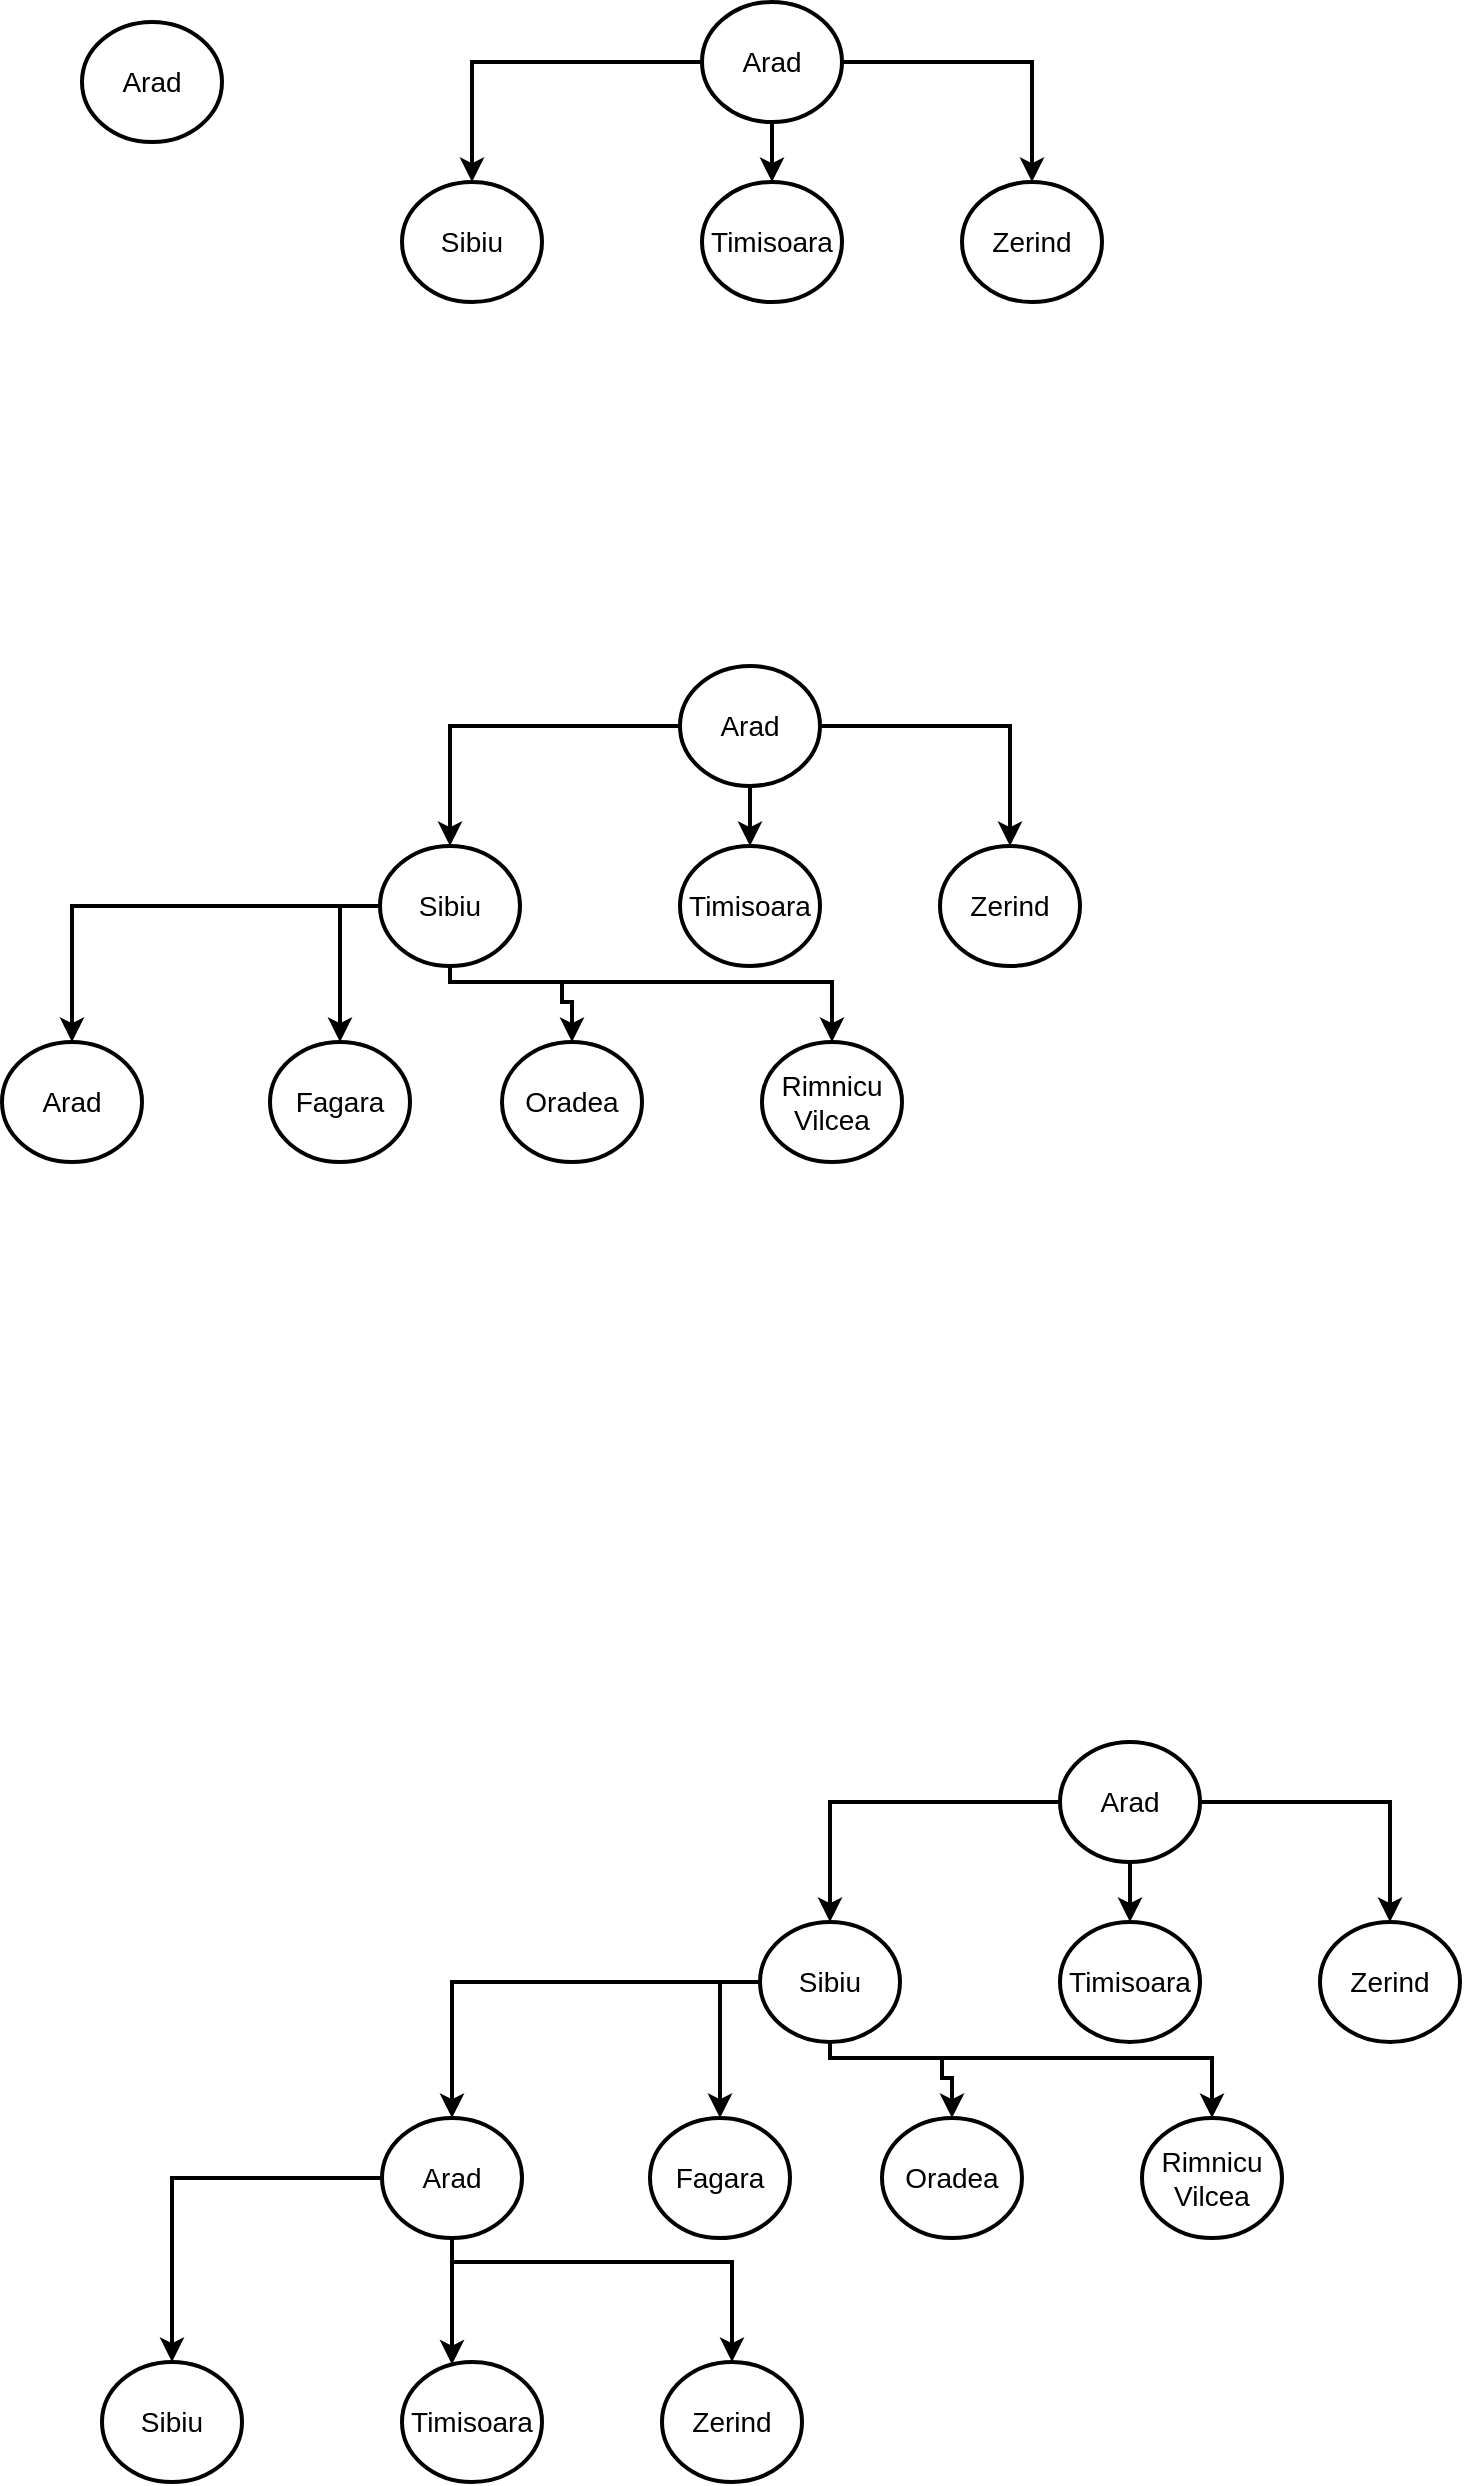
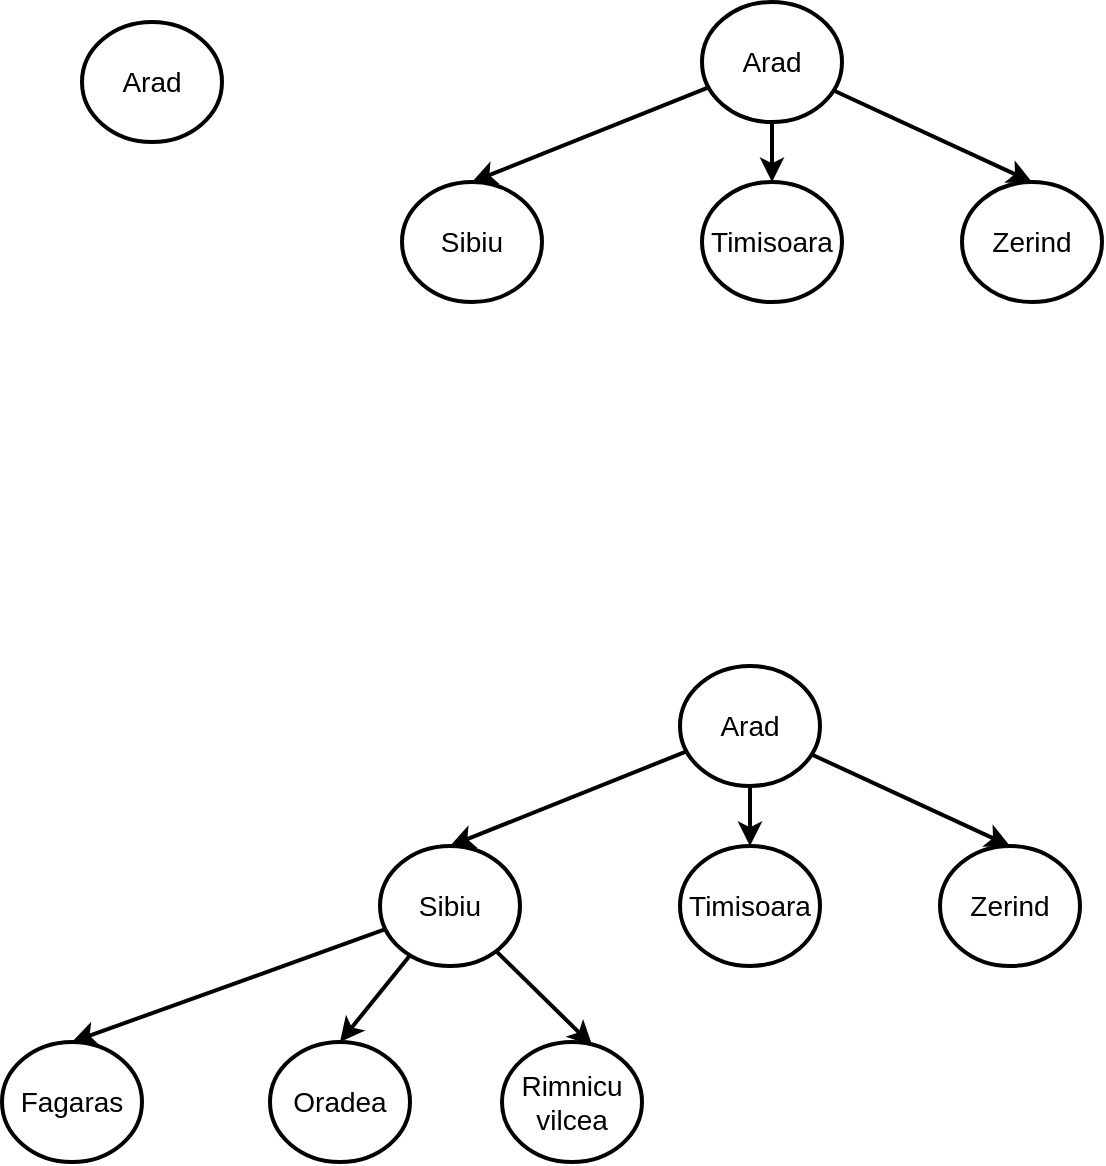
<mxfile host="app.diagrams.net">
  <diagram name="Page-1" id="BSzVWueWxRZ0f2yqvMc-">
-     <mxGraphModel dx="656" dy="351" grid="1" gridSize="10" guides="1" tooltips="1" connect="1" arrows="1" fold="1" page="1" pageScale="1" pageWidth="850" pageHeight="1100" math="0" shadow="0">
+     <mxGraphModel dx="772" dy="413" grid="1" gridSize="10" guides="1" tooltips="1" connect="1" arrows="1" fold="1" page="1" pageScale="1" pageWidth="850" pageHeight="1100" math="0" shadow="0">
      <root>
        <mxCell id="0" />
        <mxCell id="1" parent="0" />
        <mxCell id="DJkdPokyCSNuBn839fvl-1" parent="1" style="ellipse;whiteSpace=wrap;html=1;strokeWidth=2;fontSize=14;" value="Arad" vertex="1">
          <mxGeometry height="60" width="70" x="80" y="40" as="geometry" />
        </mxCell>
-         <mxCell id="DJkdPokyCSNuBn839fvl-6" edge="1" parent="1" source="DJkdPokyCSNuBn839fvl-2" style="edgeStyle=orthogonalEdgeStyle;rounded=0;orthogonalLoop=1;jettySize=auto;html=1;entryX=0.5;entryY=0;entryDx=0;entryDy=0;strokeWidth=2;" target="DJkdPokyCSNuBn839fvl-3">
+         <mxCell id="DJkdPokyCSNuBn839fvl-6" edge="1" parent="1" source="DJkdPokyCSNuBn839fvl-2" style="rounded=0;orthogonalLoop=1;jettySize=auto;html=1;entryX=0.5;entryY=0;entryDx=0;entryDy=0;strokeWidth=2;" target="DJkdPokyCSNuBn839fvl-3">
          <mxGeometry relative="1" as="geometry" />
        </mxCell>
        <mxCell id="DJkdPokyCSNuBn839fvl-7" edge="1" parent="1" source="DJkdPokyCSNuBn839fvl-2" style="edgeStyle=orthogonalEdgeStyle;rounded=0;orthogonalLoop=1;jettySize=auto;html=1;strokeWidth=2;" target="DJkdPokyCSNuBn839fvl-4" value="">
          <mxGeometry relative="1" as="geometry" />
        </mxCell>
-         <mxCell id="DJkdPokyCSNuBn839fvl-8" edge="1" parent="1" source="DJkdPokyCSNuBn839fvl-2" style="edgeStyle=orthogonalEdgeStyle;rounded=0;orthogonalLoop=1;jettySize=auto;html=1;entryX=0.5;entryY=0;entryDx=0;entryDy=0;strokeWidth=2;" target="DJkdPokyCSNuBn839fvl-5">
+         <mxCell id="DJkdPokyCSNuBn839fvl-8" edge="1" parent="1" source="DJkdPokyCSNuBn839fvl-2" style="rounded=0;orthogonalLoop=1;jettySize=auto;html=1;entryX=0.5;entryY=0;entryDx=0;entryDy=0;strokeWidth=2;" target="DJkdPokyCSNuBn839fvl-5">
          <mxGeometry relative="1" as="geometry" />
        </mxCell>
        <mxCell id="DJkdPokyCSNuBn839fvl-2" parent="1" style="ellipse;whiteSpace=wrap;html=1;strokeWidth=2;fontSize=14;" value="Arad" vertex="1">
          <mxGeometry height="60" width="70" x="390" y="30" as="geometry" />
        </mxCell>
        <mxCell id="DJkdPokyCSNuBn839fvl-3" parent="1" style="ellipse;whiteSpace=wrap;html=1;strokeWidth=2;fontSize=14;" value="Sibiu" vertex="1">
          <mxGeometry height="60" width="70" x="240" y="120" as="geometry" />
        </mxCell>
        <mxCell id="DJkdPokyCSNuBn839fvl-4" parent="1" style="ellipse;whiteSpace=wrap;html=1;strokeWidth=2;fontSize=14;" value="Timisoara" vertex="1">
          <mxGeometry height="60" width="70" x="390" y="120" as="geometry" />
        </mxCell>
        <mxCell id="DJkdPokyCSNuBn839fvl-5" parent="1" style="ellipse;whiteSpace=wrap;html=1;strokeWidth=2;fontSize=14;" value="Zerind" vertex="1">
          <mxGeometry height="60" width="70" x="520" y="120" as="geometry" />
        </mxCell>
-         <mxCell id="DJkdPokyCSNuBn839fvl-9" edge="1" parent="1" source="DJkdPokyCSNuBn839fvl-12" style="edgeStyle=orthogonalEdgeStyle;rounded=0;orthogonalLoop=1;jettySize=auto;html=1;entryX=0.5;entryY=0;entryDx=0;entryDy=0;strokeWidth=2;" target="DJkdPokyCSNuBn839fvl-13">
+         <mxCell id="DJkdPokyCSNuBn839fvl-9" edge="1" parent="1" source="DJkdPokyCSNuBn839fvl-12" style="rounded=0;orthogonalLoop=1;jettySize=auto;html=1;entryX=0.5;entryY=0;entryDx=0;entryDy=0;strokeWidth=2;" target="DJkdPokyCSNuBn839fvl-13">
          <mxGeometry relative="1" as="geometry" />
        </mxCell>
        <mxCell id="DJkdPokyCSNuBn839fvl-10" edge="1" parent="1" source="DJkdPokyCSNuBn839fvl-12" style="edgeStyle=orthogonalEdgeStyle;rounded=0;orthogonalLoop=1;jettySize=auto;html=1;strokeWidth=2;" target="DJkdPokyCSNuBn839fvl-14" value="">
          <mxGeometry relative="1" as="geometry" />
        </mxCell>
-         <mxCell id="DJkdPokyCSNuBn839fvl-11" edge="1" parent="1" source="DJkdPokyCSNuBn839fvl-12" style="edgeStyle=orthogonalEdgeStyle;rounded=0;orthogonalLoop=1;jettySize=auto;html=1;entryX=0.5;entryY=0;entryDx=0;entryDy=0;strokeWidth=2;" target="DJkdPokyCSNuBn839fvl-15">
+         <mxCell id="DJkdPokyCSNuBn839fvl-11" edge="1" parent="1" source="DJkdPokyCSNuBn839fvl-12" style="rounded=0;orthogonalLoop=1;jettySize=auto;html=1;entryX=0.5;entryY=0;entryDx=0;entryDy=0;strokeWidth=2;" target="DJkdPokyCSNuBn839fvl-15">
          <mxGeometry relative="1" as="geometry" />
        </mxCell>
        <mxCell id="DJkdPokyCSNuBn839fvl-12" parent="1" style="ellipse;whiteSpace=wrap;html=1;strokeWidth=2;fontSize=14;" value="Arad" vertex="1">
          <mxGeometry height="60" width="70" x="379" y="362" as="geometry" />
        </mxCell>
-         <mxCell id="DJkdPokyCSNuBn839fvl-20" edge="1" parent="1" source="DJkdPokyCSNuBn839fvl-13" style="edgeStyle=orthogonalEdgeStyle;rounded=0;orthogonalLoop=1;jettySize=auto;html=1;entryX=0.5;entryY=0;entryDx=0;entryDy=0;strokeWidth=2;" target="DJkdPokyCSNuBn839fvl-16">
+         <mxCell id="DJkdPokyCSNuBn839fvl-20" edge="1" parent="1" source="DJkdPokyCSNuBn839fvl-13" style="rounded=0;orthogonalLoop=1;jettySize=auto;html=1;entryX=0.5;entryY=0;entryDx=0;entryDy=0;strokeWidth=2;" target="DJkdPokyCSNuBn839fvl-16">
          <mxGeometry relative="1" as="geometry" />
        </mxCell>
-         <mxCell id="DJkdPokyCSNuBn839fvl-22" edge="1" parent="1" source="DJkdPokyCSNuBn839fvl-13" style="edgeStyle=orthogonalEdgeStyle;rounded=0;orthogonalLoop=1;jettySize=auto;html=1;entryX=0.5;entryY=0;entryDx=0;entryDy=0;strokeWidth=2;" target="DJkdPokyCSNuBn839fvl-17">
-           <mxGeometry relative="1" as="geometry">
-             <Array as="points">
-               <mxPoint x="209" y="482" />
-             </Array>
-           </mxGeometry>
-         </mxCell>
-         <mxCell id="DJkdPokyCSNuBn839fvl-25" edge="1" parent="1" source="DJkdPokyCSNuBn839fvl-13" style="edgeStyle=orthogonalEdgeStyle;rounded=0;orthogonalLoop=1;jettySize=auto;html=1;entryX=0.5;entryY=0;entryDx=0;entryDy=0;strokeWidth=2;" target="DJkdPokyCSNuBn839fvl-19">
-           <mxGeometry relative="1" as="geometry">
-             <Array as="points">
-               <mxPoint x="264" y="520" />
-               <mxPoint x="455" y="520" />
-             </Array>
-           </mxGeometry>
-         </mxCell>
-         <mxCell id="DJkdPokyCSNuBn839fvl-26" edge="1" parent="1" source="DJkdPokyCSNuBn839fvl-13" style="edgeStyle=orthogonalEdgeStyle;rounded=0;orthogonalLoop=1;jettySize=auto;html=1;entryX=0.5;entryY=0;entryDx=0;entryDy=0;strokeWidth=2;" target="DJkdPokyCSNuBn839fvl-18">
-           <mxGeometry relative="1" as="geometry">
-             <Array as="points">
-               <mxPoint x="264" y="520" />
-               <mxPoint x="320" y="520" />
-               <mxPoint x="320" y="530" />
-               <mxPoint x="325" y="530" />
-             </Array>
-           </mxGeometry>
+         <mxCell id="DJkdPokyCSNuBn839fvl-22" edge="1" parent="1" source="DJkdPokyCSNuBn839fvl-13" style="rounded=0;orthogonalLoop=1;jettySize=auto;html=1;entryX=0.5;entryY=0;entryDx=0;entryDy=0;strokeWidth=2;" target="DJkdPokyCSNuBn839fvl-17">
+           <mxGeometry relative="1" as="geometry" />
        </mxCell>
        <mxCell id="DJkdPokyCSNuBn839fvl-13" parent="1" style="ellipse;whiteSpace=wrap;html=1;strokeWidth=2;fontSize=14;" value="Sibiu" vertex="1">
          <mxGeometry height="60" width="70" x="229" y="452" as="geometry" />
        </mxCell>
        <mxCell id="DJkdPokyCSNuBn839fvl-14" parent="1" style="ellipse;whiteSpace=wrap;html=1;strokeWidth=2;fontSize=14;" value="Timisoara" vertex="1">
          <mxGeometry height="60" width="70" x="379" y="452" as="geometry" />
        </mxCell>
        <mxCell id="DJkdPokyCSNuBn839fvl-15" parent="1" style="ellipse;whiteSpace=wrap;html=1;strokeWidth=2;fontSize=14;" value="Zerind" vertex="1">
          <mxGeometry height="60" width="70" x="509" y="452" as="geometry" />
        </mxCell>
-         <mxCell id="DJkdPokyCSNuBn839fvl-16" parent="1" style="ellipse;whiteSpace=wrap;html=1;strokeWidth=2;fontSize=14;" value="Arad" vertex="1">
+         <mxCell id="DJkdPokyCSNuBn839fvl-16" parent="1" style="ellipse;whiteSpace=wrap;html=1;strokeWidth=2;fontSize=14;" value="Fagaras" vertex="1">
          <mxGeometry height="60" width="70" x="40" y="550" as="geometry" />
        </mxCell>
-         <mxCell id="DJkdPokyCSNuBn839fvl-17" parent="1" style="ellipse;whiteSpace=wrap;html=1;strokeWidth=2;fontSize=14;" value="Fagara" vertex="1">
+         <mxCell id="DJkdPokyCSNuBn839fvl-17" parent="1" style="ellipse;whiteSpace=wrap;html=1;strokeWidth=2;fontSize=14;" value="Oradea" vertex="1">
          <mxGeometry height="60" width="70" x="174" y="550" as="geometry" />
        </mxCell>
-         <mxCell id="DJkdPokyCSNuBn839fvl-18" parent="1" style="ellipse;whiteSpace=wrap;html=1;strokeWidth=2;fontSize=14;" value="Oradea" vertex="1">
+         <mxCell id="DJkdPokyCSNuBn839fvl-18" parent="1" style="ellipse;whiteSpace=wrap;html=1;strokeWidth=2;fontSize=14;" value="Rimnicu vilcea" vertex="1">
          <mxGeometry height="60" width="70" x="290" y="550" as="geometry" />
        </mxCell>
-         <mxCell id="DJkdPokyCSNuBn839fvl-19" parent="1" style="ellipse;whiteSpace=wrap;html=1;strokeWidth=2;fontSize=14;" value="Rimnicu Vilcea" vertex="1">
-           <mxGeometry height="60" width="70" x="420" y="550" as="geometry" />
-         </mxCell>
-         <mxCell id="DJkdPokyCSNuBn839fvl-27" edge="1" parent="1" source="DJkdPokyCSNuBn839fvl-30" style="edgeStyle=orthogonalEdgeStyle;rounded=0;orthogonalLoop=1;jettySize=auto;html=1;entryX=0.5;entryY=0;entryDx=0;entryDy=0;strokeWidth=2;" target="DJkdPokyCSNuBn839fvl-35">
+         <mxCell id="Ml4Ql19CaX9xTliP9EH--1" edge="1" parent="1" source="DJkdPokyCSNuBn839fvl-13" style="rounded=0;orthogonalLoop=1;jettySize=auto;html=1;entryX=0.644;entryY=0.028;entryDx=0;entryDy=0;entryPerimeter=0;strokeWidth=2;" target="DJkdPokyCSNuBn839fvl-18">
          <mxGeometry relative="1" as="geometry" />
-         </mxCell>
-         <mxCell id="DJkdPokyCSNuBn839fvl-28" edge="1" parent="1" source="DJkdPokyCSNuBn839fvl-30" style="edgeStyle=orthogonalEdgeStyle;rounded=0;orthogonalLoop=1;jettySize=auto;html=1;strokeWidth=2;" target="DJkdPokyCSNuBn839fvl-36" value="">
-           <mxGeometry relative="1" as="geometry" />
-         </mxCell>
-         <mxCell id="DJkdPokyCSNuBn839fvl-29" edge="1" parent="1" source="DJkdPokyCSNuBn839fvl-30" style="edgeStyle=orthogonalEdgeStyle;rounded=0;orthogonalLoop=1;jettySize=auto;html=1;entryX=0.5;entryY=0;entryDx=0;entryDy=0;strokeWidth=2;" target="DJkdPokyCSNuBn839fvl-37">
-           <mxGeometry relative="1" as="geometry" />
-         </mxCell>
-         <mxCell id="DJkdPokyCSNuBn839fvl-30" parent="1" style="ellipse;whiteSpace=wrap;html=1;strokeWidth=2;fontSize=14;" value="Arad" vertex="1">
-           <mxGeometry height="60" width="70" x="569" y="900" as="geometry" />
-         </mxCell>
-         <mxCell id="DJkdPokyCSNuBn839fvl-31" edge="1" parent="1" source="DJkdPokyCSNuBn839fvl-35" style="edgeStyle=orthogonalEdgeStyle;rounded=0;orthogonalLoop=1;jettySize=auto;html=1;entryX=0.5;entryY=0;entryDx=0;entryDy=0;strokeWidth=2;" target="DJkdPokyCSNuBn839fvl-38">
-           <mxGeometry relative="1" as="geometry" />
-         </mxCell>
-         <mxCell id="DJkdPokyCSNuBn839fvl-32" edge="1" parent="1" source="DJkdPokyCSNuBn839fvl-35" style="edgeStyle=orthogonalEdgeStyle;rounded=0;orthogonalLoop=1;jettySize=auto;html=1;entryX=0.5;entryY=0;entryDx=0;entryDy=0;strokeWidth=2;" target="DJkdPokyCSNuBn839fvl-39">
-           <mxGeometry relative="1" as="geometry">
-             <Array as="points">
-               <mxPoint x="399" y="1020" />
-             </Array>
-           </mxGeometry>
-         </mxCell>
-         <mxCell id="DJkdPokyCSNuBn839fvl-33" edge="1" parent="1" source="DJkdPokyCSNuBn839fvl-35" style="edgeStyle=orthogonalEdgeStyle;rounded=0;orthogonalLoop=1;jettySize=auto;html=1;entryX=0.5;entryY=0;entryDx=0;entryDy=0;strokeWidth=2;" target="DJkdPokyCSNuBn839fvl-41">
-           <mxGeometry relative="1" as="geometry">
-             <Array as="points">
-               <mxPoint x="454" y="1058" />
-               <mxPoint x="645" y="1058" />
-             </Array>
-           </mxGeometry>
-         </mxCell>
-         <mxCell id="DJkdPokyCSNuBn839fvl-34" edge="1" parent="1" source="DJkdPokyCSNuBn839fvl-35" style="edgeStyle=orthogonalEdgeStyle;rounded=0;orthogonalLoop=1;jettySize=auto;html=1;entryX=0.5;entryY=0;entryDx=0;entryDy=0;strokeWidth=2;" target="DJkdPokyCSNuBn839fvl-40">
-           <mxGeometry relative="1" as="geometry">
-             <Array as="points">
-               <mxPoint x="454" y="1058" />
-               <mxPoint x="510" y="1058" />
-               <mxPoint x="510" y="1068" />
-               <mxPoint x="515" y="1068" />
-             </Array>
-           </mxGeometry>
-         </mxCell>
-         <mxCell id="DJkdPokyCSNuBn839fvl-35" parent="1" style="ellipse;whiteSpace=wrap;html=1;strokeWidth=2;fontSize=14;" value="Sibiu" vertex="1">
-           <mxGeometry height="60" width="70" x="419" y="990" as="geometry" />
-         </mxCell>
-         <mxCell id="DJkdPokyCSNuBn839fvl-36" parent="1" style="ellipse;whiteSpace=wrap;html=1;strokeWidth=2;fontSize=14;" value="Timisoara" vertex="1">
-           <mxGeometry height="60" width="70" x="569" y="990" as="geometry" />
-         </mxCell>
-         <mxCell id="DJkdPokyCSNuBn839fvl-37" parent="1" style="ellipse;whiteSpace=wrap;html=1;strokeWidth=2;fontSize=14;" value="Zerind" vertex="1">
-           <mxGeometry height="60" width="70" x="699" y="990" as="geometry" />
-         </mxCell>
-         <mxCell id="DJkdPokyCSNuBn839fvl-45" edge="1" parent="1" source="DJkdPokyCSNuBn839fvl-38" style="edgeStyle=orthogonalEdgeStyle;rounded=0;orthogonalLoop=1;jettySize=auto;html=1;entryX=0.5;entryY=0;entryDx=0;entryDy=0;strokeWidth=2;" target="DJkdPokyCSNuBn839fvl-42">
-           <mxGeometry relative="1" as="geometry" />
-         </mxCell>
-         <mxCell id="DJkdPokyCSNuBn839fvl-46" edge="1" parent="1" source="DJkdPokyCSNuBn839fvl-38" style="edgeStyle=orthogonalEdgeStyle;rounded=0;orthogonalLoop=1;jettySize=auto;html=1;strokeWidth=2;" target="DJkdPokyCSNuBn839fvl-43" value="">
-           <mxGeometry relative="1" as="geometry">
-             <Array as="points">
-               <mxPoint x="265" y="1190" />
-               <mxPoint x="265" y="1190" />
-             </Array>
-           </mxGeometry>
-         </mxCell>
-         <mxCell id="DJkdPokyCSNuBn839fvl-47" edge="1" parent="1" source="DJkdPokyCSNuBn839fvl-38" style="edgeStyle=orthogonalEdgeStyle;rounded=0;orthogonalLoop=1;jettySize=auto;html=1;entryX=0.5;entryY=0;entryDx=0;entryDy=0;strokeWidth=2;" target="DJkdPokyCSNuBn839fvl-44">
-           <mxGeometry relative="1" as="geometry">
-             <Array as="points">
-               <mxPoint x="265" y="1160" />
-               <mxPoint x="405" y="1160" />
-             </Array>
-           </mxGeometry>
-         </mxCell>
-         <mxCell id="DJkdPokyCSNuBn839fvl-38" parent="1" style="ellipse;whiteSpace=wrap;html=1;strokeWidth=2;fontSize=14;" value="Arad" vertex="1">
-           <mxGeometry height="60" width="70" x="230" y="1088" as="geometry" />
-         </mxCell>
-         <mxCell id="DJkdPokyCSNuBn839fvl-39" parent="1" style="ellipse;whiteSpace=wrap;html=1;strokeWidth=2;fontSize=14;" value="Fagara" vertex="1">
-           <mxGeometry height="60" width="70" x="364" y="1088" as="geometry" />
-         </mxCell>
-         <mxCell id="DJkdPokyCSNuBn839fvl-40" parent="1" style="ellipse;whiteSpace=wrap;html=1;strokeWidth=2;fontSize=14;" value="Oradea" vertex="1">
-           <mxGeometry height="60" width="70" x="480" y="1088" as="geometry" />
-         </mxCell>
-         <mxCell id="DJkdPokyCSNuBn839fvl-41" parent="1" style="ellipse;whiteSpace=wrap;html=1;strokeWidth=2;fontSize=14;" value="Rimnicu Vilcea" vertex="1">
-           <mxGeometry height="60" width="70" x="610" y="1088" as="geometry" />
-         </mxCell>
-         <mxCell id="DJkdPokyCSNuBn839fvl-42" parent="1" style="ellipse;whiteSpace=wrap;html=1;strokeWidth=2;fontSize=14;" value="Sibiu" vertex="1">
-           <mxGeometry height="60" width="70" x="90" y="1210" as="geometry" />
-         </mxCell>
-         <mxCell id="DJkdPokyCSNuBn839fvl-43" parent="1" style="ellipse;whiteSpace=wrap;html=1;strokeWidth=2;fontSize=14;" value="Timisoara" vertex="1">
-           <mxGeometry height="60" width="70" x="240" y="1210" as="geometry" />
-         </mxCell>
-         <mxCell id="DJkdPokyCSNuBn839fvl-44" parent="1" style="ellipse;whiteSpace=wrap;html=1;strokeWidth=2;fontSize=14;" value="Zerind" vertex="1">
-           <mxGeometry height="60" width="70" x="370" y="1210" as="geometry" />
        </mxCell>
      </root>
    </mxGraphModel>
  </diagram>
</mxfile>
